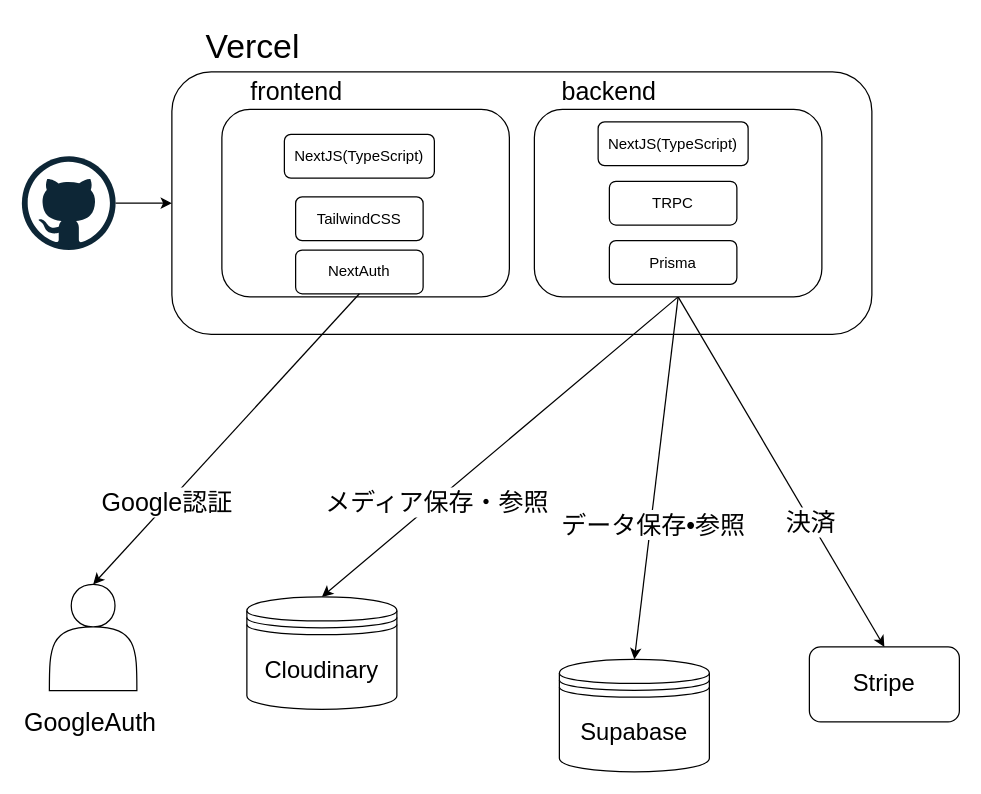
This is docs/system.drawio from biki-cloud/ems-t3-stack, a draw.io file, before an edit. Source tidied: cells renumbered, new cells numbered last; positions are measured from the earlier drawing's top-left corner, leaving out a move shared by most shapes. Both pictures are drawn from the tidied source at 125%, with x=0, y=0 at pixel (21, 21).
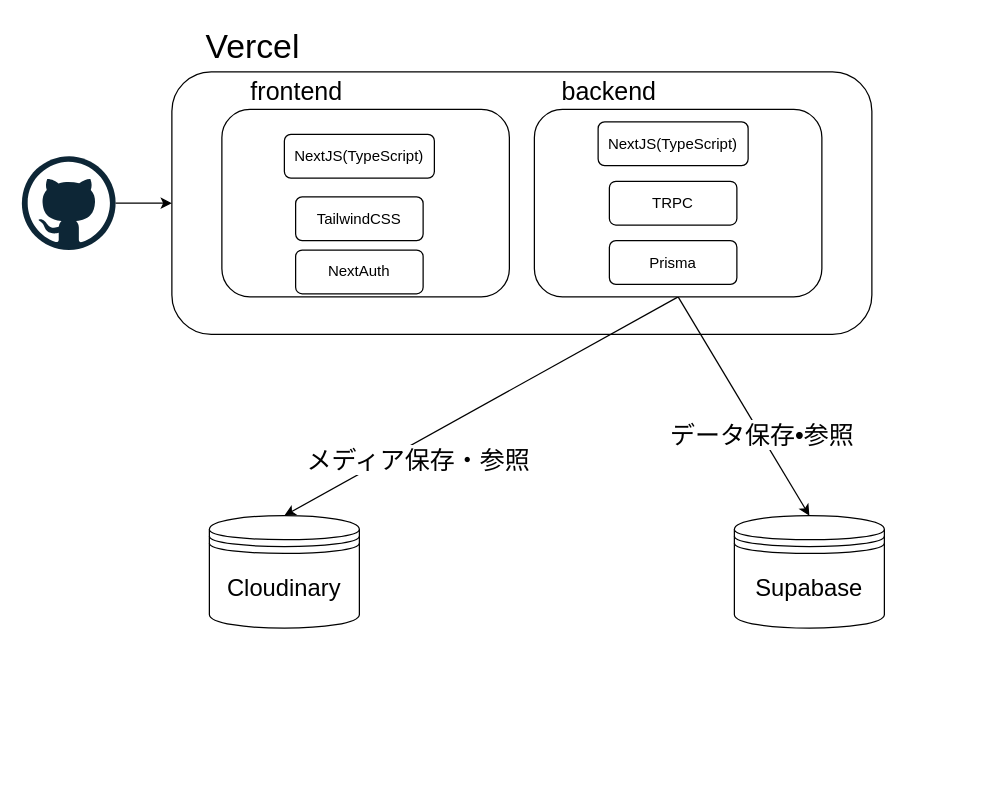
The same diagram, later.

Unchanged cells that the change refers to:
```xml
<mxCell id="16" value="NextAuth" style="rounded=1;whiteSpace=wrap;html=1;" parent="1" vertex="1">
  <mxGeometry x="219" y="182.5" width="102" height="35" as="geometry" />
</mxCell>
<mxCell id="22" style="rounded=1;whiteSpace=wrap;html=1;" parent="1" vertex="1">
  <mxGeometry x="410" y="70" width="230" height="150" as="geometry" />
</mxCell>
```

What changed in the source:
```diff
@@
     <mxCell id="4" value="Supabase" style="shape=datastore;whiteSpace=wrap;html=1;fontSize=19;" parent="1" vertex="1">
-      <mxGeometry x="430" y="510" width="120" height="90" as="geometry" />
+      <mxGeometry x="570" y="395" width="120" height="90" as="geometry" />
     </mxCell>
@@
-    <mxCell id="7" style="edgeStyle=none;html=1;entryX=0.5;entryY=0;entryDx=0;entryDy=0;fontSize=27;exitX=0.5;exitY=1;exitDx=0;exitDy=0;" parent="1" edge="1" source="22" target="12">
-      <mxGeometry relative="1" as="geometry" />
-    </mxCell>
-    <mxCell id="8" value="決済" style="edgeLabel;html=1;align=center;verticalAlign=middle;fontSize=20;" parent="7" vertex="1">
-      <mxGeometry x="0.1" y="3" relative="1" as="geometry">
-        <mxPoint x="12" y="27" as="offset" />
-      </mxGeometry>
-    </mxCell>
@@
-    <mxCell id="12" value="Stripe" style="rounded=1;whiteSpace=wrap;html=1;fontSize=19;" parent="1" vertex="1">
-      <mxGeometry x="630" y="500" width="120" height="60" as="geometry" />
-    </mxCell>
@@
-    <mxCell id="19" style="edgeStyle=none;html=1;entryX=0.5;entryY=0;entryDx=0;entryDy=0;fontSize=27;exitX=0.5;exitY=1;exitDx=0;exitDy=0;" parent="1" edge="1" source="16" target="28">
-      <mxGeometry relative="1" as="geometry" />
-    </mxCell>
-    <mxCell id="20" value="Google認証" style="edgeLabel;html=1;align=center;verticalAlign=middle;fontSize=20;" parent="19" vertex="1">
-      <mxGeometry x="0.44" y="2" relative="1" as="geometry">
-        <mxPoint x="-3" y="-3" as="offset" />
-      </mxGeometry>
-    </mxCell>
@@
     <mxCell id="26" value="Cloudinary" style="shape=datastore;whiteSpace=wrap;html=1;fontSize=19;" parent="1" vertex="1">
-      <mxGeometry x="180" y="460" width="120" height="90" as="geometry" />
+      <mxGeometry x="150" y="395" width="120" height="90" as="geometry" />
     </mxCell>
-    <mxCell id="27" style="group;" parent="1" vertex="1">
-      <mxGeometry y="450" width="110" height="125" as="geometry" />
-    </mxCell>
-    <mxCell id="28" style="shape=actor;whiteSpace=wrap;html=1;fontSize=19;" parent="27" vertex="1">
-      <mxGeometry x="22" width="70" height="85" as="geometry" />
-    </mxCell>
-    <mxCell id="29" value="GoogleAuth" style="text;html=1;strokeColor=none;fillColor=none;align=center;verticalAlign=middle;whiteSpace=wrap;rounded=0;fontSize=20;" parent="27" vertex="1">
-      <mxGeometry y="95" width="110" height="30" as="geometry" />
-    </mxCell>
```
